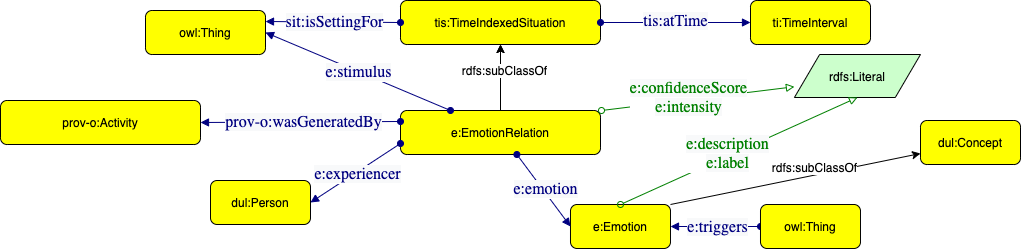
This is emotion/Emotion.png from spice-h2020/SON, a draw.io export, as it was before one commit. Source tidied: cells renumbered, new cells last; positions are measured from the earlier drawing's top-left corner, leaving out a move shared by most shapes. The source it was exported from:
```xml
<mxGraphModel>
  <root>
    <mxCell id="0" />
    <mxCell id="1" parent="0" />
    <mxCell id="2" style="edgeStyle=orthogonalEdgeStyle;rounded=0;jettySize=auto;html=1;" parent="1" edge="1" source="3" target="4">
      <mxGeometry relative="1" as="geometry" />
    </mxCell>
    <mxCell id="3" value="e:EmotionRelation" style="graphMlID=n4;shape=rect;rounded=1;arcsize=30;fillColor=#ffff00;strokeColor=#000000;strokeWidth=1.0;" parent="1" vertex="1">
      <mxGeometry x="400" y="110" width="200" height="44" as="geometry" />
    </mxCell>
    <mxCell id="4" value="tis:TimeIndexedSituation" style="graphMlID=n4;shape=rect;rounded=1;arcsize=30;fillColor=#ffff00;strokeColor=#000000;strokeWidth=1.0;" parent="1" vertex="1">
      <mxGeometry x="400" width="200" height="44" as="geometry" />
    </mxCell>
    <mxCell id="5" style="endArrow=classic;html=1;textDirection=ltr;exitX=0.5;exitY=0;exitDx=0;exitDy=0;" parent="1" edge="1" source="3" target="4">
      <mxGeometry relative="1" as="geometry" />
    </mxCell>
    <mxCell id="6" value="rdfs:subClassOf" style="text;html=1;align=center;verticalAlign=middle;labelBackgroundColor=#ffffff;rotation=0;" parent="5" vertex="1">
      <mxGeometry x="-0.22" relative="1" as="geometry">
        <mxPoint x="3.9" y="-14.6" as="offset" />
      </mxGeometry>
    </mxCell>
    <mxCell id="7" value="dul:Person" style="graphMlID=n4;shape=rect;rounded=1;arcsize=30;fillColor=#ffff00;strokeColor=#000000;strokeWidth=1.0;" parent="1" vertex="1">
      <mxGeometry x="210" y="180" width="100" height="44" as="geometry" />
    </mxCell>
    <mxCell id="8" style="graphMlID=e0;rounded=0;endArrow=block;strokeColor=#000080;strokeWidth=1.0;startArrow=oval;startFill=1;endFill=1;exitX=0;exitY=0.75;exitDx=0;exitDy=0;entryX=1;entryY=0.5;entryDx=0;entryDy=0;" parent="1" edge="1" source="3" target="7">
      <mxGeometry relative="1" as="geometry" />
    </mxCell>
    <mxCell id="9" value="&lt;span style=&quot;color: rgb(0 , 0 , 128) ; font-family: &amp;#34;dialog&amp;#34; ; font-size: 16px ; background-color: rgb(248 , 249 , 250)&quot;&gt;e:experiencer&lt;/span&gt;" style="text;html=1;align=center;verticalAlign=middle;labelBackgroundColor=#ffffff;" parent="8" vertex="1">
      <mxGeometry x="-0.02" y="2" relative="1" as="geometry" />
    </mxCell>
    <mxCell id="10" value="rdfs:Literal" style="graphMlID=n6;shape=parallelogram;fillColor=#ccffcc;strokeColor=#000000;strokeWidth=1.0;" parent="1" vertex="1">
      <mxGeometry x="793.9" y="54" width="126.1" height="43" as="geometry" />
    </mxCell>
    <mxCell id="11" style="graphMlID=e2;rounded=0;endArrow=block;strokeColor=#008000;strokeWidth=1.0;startArrow=oval;startFill=0;endFill=0;entryX=0;entryY=0.75;entryDx=0;entryDy=0;exitX=1;exitY=0;exitDx=0;exitDy=0;" parent="1" edge="1" target="10">
      <mxGeometry relative="1" as="geometry">
        <mxPoint x="601" y="110" as="sourcePoint" />
      </mxGeometry>
    </mxCell>
    <mxCell id="12" value="&lt;span style=&quot;color: rgb(0 , 128 , 0) ; font-family: &amp;#34;dialog&amp;#34; ; font-size: 16px ; background-color: rgb(248 , 249 , 250)&quot;&gt;e:confidenceScore&lt;br&gt;e:intensity&lt;br&gt;&lt;/span&gt;" style="text;html=1;align=center;verticalAlign=middle;labelBackgroundColor=#ffffff;" parent="11" vertex="1">
      <mxGeometry x="-0.09" y="3" relative="1" as="geometry" />
    </mxCell>
    <mxCell id="13" style="graphMlID=e0;rounded=0;endArrow=block;strokeColor=#000080;strokeWidth=1.0;startArrow=oval;startFill=1;endFill=1;exitX=1;exitY=0.5;exitDx=0;exitDy=0;" parent="1" edge="1" source="4" target="15">
      <mxGeometry relative="1" as="geometry" />
    </mxCell>
    <mxCell id="14" value="&lt;span style=&quot;color: rgb(0 , 0 , 128) ; font-family: &amp;#34;dialog&amp;#34; ; font-size: 16px ; background-color: rgb(248 , 249 , 250)&quot;&gt;tis:atTime&lt;/span&gt;" style="text;html=1;align=center;verticalAlign=middle;labelBackgroundColor=#ffffff;" parent="13" vertex="1">
      <mxGeometry x="-0.02" y="2" relative="1" as="geometry" />
    </mxCell>
    <mxCell id="15" value="ti:TimeInterval" style="graphMlID=n4;shape=rect;rounded=1;arcsize=30;fillColor=#ffff00;strokeColor=#000000;strokeWidth=1.0;" parent="1" vertex="1">
      <mxGeometry x="750" width="120" height="44" as="geometry" />
    </mxCell>
    <mxCell id="16" value="owl:Thing" style="graphMlID=n4;shape=rect;rounded=1;arcsize=30;fillColor=#ffff00;strokeColor=#000000;strokeWidth=1.0;" parent="1" vertex="1">
      <mxGeometry x="145" y="10" width="120" height="44" as="geometry" />
    </mxCell>
    <mxCell id="17" style="graphMlID=e0;rounded=0;endArrow=block;strokeColor=#000080;strokeWidth=1.0;startArrow=oval;startFill=1;endFill=1;exitX=0.25;exitY=0;exitDx=0;exitDy=0;entryX=1;entryY=0.5;entryDx=0;entryDy=0;" parent="1" edge="1" source="3" target="16">
      <mxGeometry relative="1" as="geometry" />
    </mxCell>
    <mxCell id="18" value="&lt;span style=&quot;color: rgb(0 , 0 , 128) ; font-family: &amp;#34;dialog&amp;#34; ; font-size: 16px ; background-color: rgb(248 , 249 , 250)&quot;&gt;e:stimulus&lt;/span&gt;" style="text;html=1;align=center;verticalAlign=middle;labelBackgroundColor=#ffffff;" parent="17" vertex="1">
      <mxGeometry x="-0.02" y="2" relative="1" as="geometry">
        <mxPoint y="-2" as="offset" />
      </mxGeometry>
    </mxCell>
    <mxCell id="19" value="e:Emotion" style="graphMlID=n4;shape=rect;rounded=1;arcsize=30;fillColor=#ffff00;strokeColor=#000000;strokeWidth=1.0;" parent="1" vertex="1">
      <mxGeometry x="570" y="204" width="100" height="44" as="geometry" />
    </mxCell>
    <mxCell id="20" style="graphMlID=e0;rounded=0;endArrow=block;strokeColor=#000080;strokeWidth=1.0;startArrow=oval;startFill=1;endFill=1;entryX=0;entryY=0.5;entryDx=0;entryDy=0;" parent="1" edge="1" source="3" target="19">
      <mxGeometry relative="1" as="geometry" />
    </mxCell>
    <mxCell id="21" value="&lt;span style=&quot;color: rgb(0 , 0 , 128) ; font-family: &amp;#34;dialog&amp;#34; ; font-size: 16px ; background-color: rgb(248 , 249 , 250)&quot;&gt;e:emotion&lt;/span&gt;" style="text;html=1;align=center;verticalAlign=middle;labelBackgroundColor=#ffffff;" parent="20" vertex="1">
      <mxGeometry x="-0.02" y="2" relative="1" as="geometry" />
    </mxCell>
    <mxCell id="22" style="graphMlID=e2;rounded=0;endArrow=block;strokeColor=#008000;strokeWidth=1.0;startArrow=oval;startFill=0;endFill=0;entryX=0.5;entryY=1;entryDx=0;entryDy=0;exitX=0.5;exitY=0;exitDx=0;exitDy=0;" parent="1" edge="1" source="19" target="10">
      <mxGeometry relative="1" as="geometry" />
    </mxCell>
    <mxCell id="23" value="&lt;span style=&quot;color: rgb(0 , 128 , 0) ; font-family: &amp;#34;dialog&amp;#34; ; font-size: 16px ; background-color: rgb(248 , 249 , 250)&quot;&gt;e:description&lt;br&gt;e:label&lt;br&gt;&lt;/span&gt;" style="text;html=1;align=center;verticalAlign=middle;labelBackgroundColor=#ffffff;" parent="22" vertex="1">
      <mxGeometry x="-0.09" y="3" relative="1" as="geometry" />
    </mxCell>
    <mxCell id="24" style="graphMlID=e0;rounded=0;endArrow=block;strokeColor=#000080;strokeWidth=1.0;startArrow=oval;startFill=1;endFill=1;exitX=0;exitY=0.5;exitDx=0;exitDy=0;entryX=1;entryY=0.25;entryDx=0;entryDy=0;" parent="1" edge="1" source="4" target="16">
      <mxGeometry relative="1" as="geometry" />
    </mxCell>
    <mxCell id="25" value="&lt;span style=&quot;color: rgb(0 , 0 , 128) ; font-family: &amp;#34;dialog&amp;#34; ; font-size: 16px ; background-color: rgb(248 , 249 , 250)&quot;&gt;sit:isSettingFor&lt;/span&gt;" style="text;html=1;align=center;verticalAlign=middle;labelBackgroundColor=#ffffff;" parent="24" vertex="1">
      <mxGeometry x="-0.02" y="2" relative="1" as="geometry">
        <mxPoint y="-2" as="offset" />
      </mxGeometry>
    </mxCell>
    <mxCell id="26" value="prov-o:Activity" style="graphMlID=n4;shape=rect;rounded=1;arcsize=30;fillColor=#ffff00;strokeColor=#000000;strokeWidth=1.0;" parent="1" vertex="1">
      <mxGeometry y="100" width="200" height="44" as="geometry" />
    </mxCell>
    <mxCell id="27" style="graphMlID=e0;rounded=0;endArrow=block;strokeColor=#000080;strokeWidth=1.0;startArrow=oval;startFill=1;endFill=1;exitX=0;exitY=0.25;exitDx=0;exitDy=0;entryX=1;entryY=0.5;entryDx=0;entryDy=0;" parent="1" edge="1" source="3" target="26">
      <mxGeometry relative="1" as="geometry" />
    </mxCell>
    <mxCell id="28" value="&lt;span style=&quot;color: rgb(0 , 0 , 128) ; font-family: &amp;#34;dialog&amp;#34; ; font-size: 16px ; background-color: rgb(248 , 249 , 250)&quot;&gt;prov-o:wasGeneratedBy&lt;/span&gt;" style="text;html=1;align=center;verticalAlign=middle;labelBackgroundColor=#ffffff;" parent="27" vertex="1">
      <mxGeometry x="-0.02" y="2" relative="1" as="geometry">
        <mxPoint y="-2" as="offset" />
      </mxGeometry>
    </mxCell>
    <mxCell id="29" style="graphMlID=e0;rounded=0;endArrow=block;strokeColor=#000080;strokeWidth=1.0;startArrow=oval;startFill=1;endFill=1;entryX=1;entryY=0.5;entryDx=0;entryDy=0;exitX=0;exitY=0.5;exitDx=0;exitDy=0;" parent="1" edge="1" source="31" target="19">
      <mxGeometry relative="1" as="geometry" />
    </mxCell>
    <mxCell id="30" value="&lt;span style=&quot;color: rgb(0 , 0 , 128) ; font-family: &amp;#34;dialog&amp;#34; ; font-size: 16px ; background-color: rgb(248 , 249 , 250)&quot;&gt;e:triggers&lt;/span&gt;" style="text;html=1;align=center;verticalAlign=middle;labelBackgroundColor=#ffffff;" parent="29" vertex="1">
      <mxGeometry x="-0.02" y="2" relative="1" as="geometry">
        <mxPoint y="-2" as="offset" />
      </mxGeometry>
    </mxCell>
    <mxCell id="31" value="owl:Thing" style="graphMlID=n4;shape=rect;rounded=1;arcsize=30;fillColor=#ffff00;strokeColor=#000000;strokeWidth=1.0;" parent="1" vertex="1">
      <mxGeometry x="760" y="204" width="100" height="44" as="geometry" />
    </mxCell>
    <mxCell id="32" value="dul:Concept" style="graphMlID=n4;shape=rect;rounded=1;arcsize=30;fillColor=#ffff00;strokeColor=#000000;strokeWidth=1.0;" parent="1" vertex="1">
      <mxGeometry x="920" y="120" width="100" height="44" as="geometry" />
    </mxCell>
    <mxCell id="33" style="endArrow=classic;html=1;textDirection=ltr;entryX=0;entryY=0.75;entryDx=0;entryDy=0;exitX=1;exitY=0;exitDx=0;exitDy=0;" parent="1" edge="1" source="19" target="32">
      <mxGeometry relative="1" as="geometry" />
    </mxCell>
    <mxCell id="34" value="rdfs:subClassOf" style="text;html=1;align=center;verticalAlign=middle;labelBackgroundColor=#ffffff;rotation=0;" parent="33" vertex="1">
      <mxGeometry x="-0.22" relative="1" as="geometry">
        <mxPoint x="46.4" y="-18" as="offset" />
      </mxGeometry>
    </mxCell>
  </root>
</mxGraphModel>
```
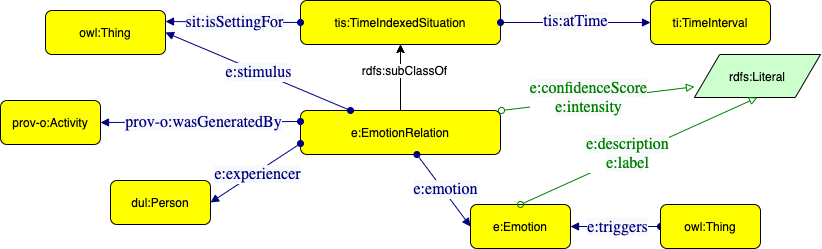
After the commit.

Commit message:
Updae emotion diagram

The edit, as a diff of the source:
```diff
@@ -83,7 +83,7 @@
       </mxGeometry>
     </mxCell>
     <mxCell id="26" value="prov-o:Activity" style="graphMlID=n4;shape=rect;rounded=1;arcsize=30;fillColor=#ffff00;strokeColor=#000000;strokeWidth=1.0;" parent="1" vertex="1">
-      <mxGeometry y="100" width="200" height="44" as="geometry" />
+      <mxGeometry x="100" y="100" width="100" height="44" as="geometry" />
     </mxCell>
     <mxCell id="27" style="graphMlID=e0;rounded=0;endArrow=block;strokeColor=#000080;strokeWidth=1.0;startArrow=oval;startFill=1;endFill=1;exitX=0;exitY=0.25;exitDx=0;exitDy=0;entryX=1;entryY=0.5;entryDx=0;entryDy=0;" parent="1" edge="1" source="3" target="26">
       <mxGeometry relative="1" as="geometry" />
@@ -104,16 +104,5 @@
     <mxCell id="31" value="owl:Thing" style="graphMlID=n4;shape=rect;rounded=1;arcsize=30;fillColor=#ffff00;strokeColor=#000000;strokeWidth=1.0;" parent="1" vertex="1">
       <mxGeometry x="760" y="204" width="100" height="44" as="geometry" />
     </mxCell>
-    <mxCell id="32" value="dul:Concept" style="graphMlID=n4;shape=rect;rounded=1;arcsize=30;fillColor=#ffff00;strokeColor=#000000;strokeWidth=1.0;" parent="1" vertex="1">
-      <mxGeometry x="920" y="120" width="100" height="44" as="geometry" />
-    </mxCell>
-    <mxCell id="33" style="endArrow=classic;html=1;textDirection=ltr;entryX=0;entryY=0.75;entryDx=0;entryDy=0;exitX=1;exitY=0;exitDx=0;exitDy=0;" parent="1" edge="1" source="19" target="32">
-      <mxGeometry relative="1" as="geometry" />
-    </mxCell>
-    <mxCell id="34" value="rdfs:subClassOf" style="text;html=1;align=center;verticalAlign=middle;labelBackgroundColor=#ffffff;rotation=0;" parent="33" vertex="1">
-      <mxGeometry x="-0.22" relative="1" as="geometry">
-        <mxPoint x="46.4" y="-18" as="offset" />
-      </mxGeometry>
-    </mxCell>
   </root>
 </mxGraphModel>
```
